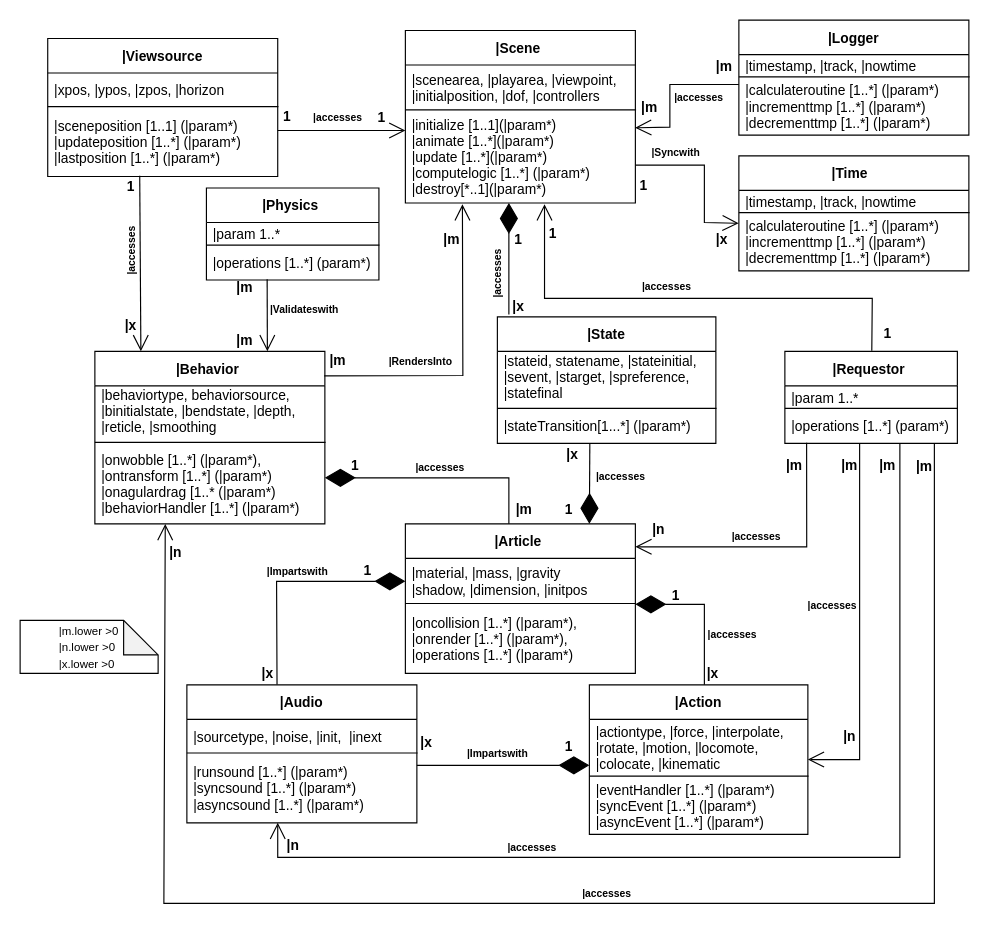
Earlier version of the draw.io diagram final.drawio (sai11101989/vrsemantics). Source tidied: cells renumbered, new cells numbered last; positions are measured from the earlier drawing's top-left corner, leaving out a move shared by most shapes. Both pictures are drawn from the tidied source at 115%, with x=0, y=0 at pixel (20, 20).
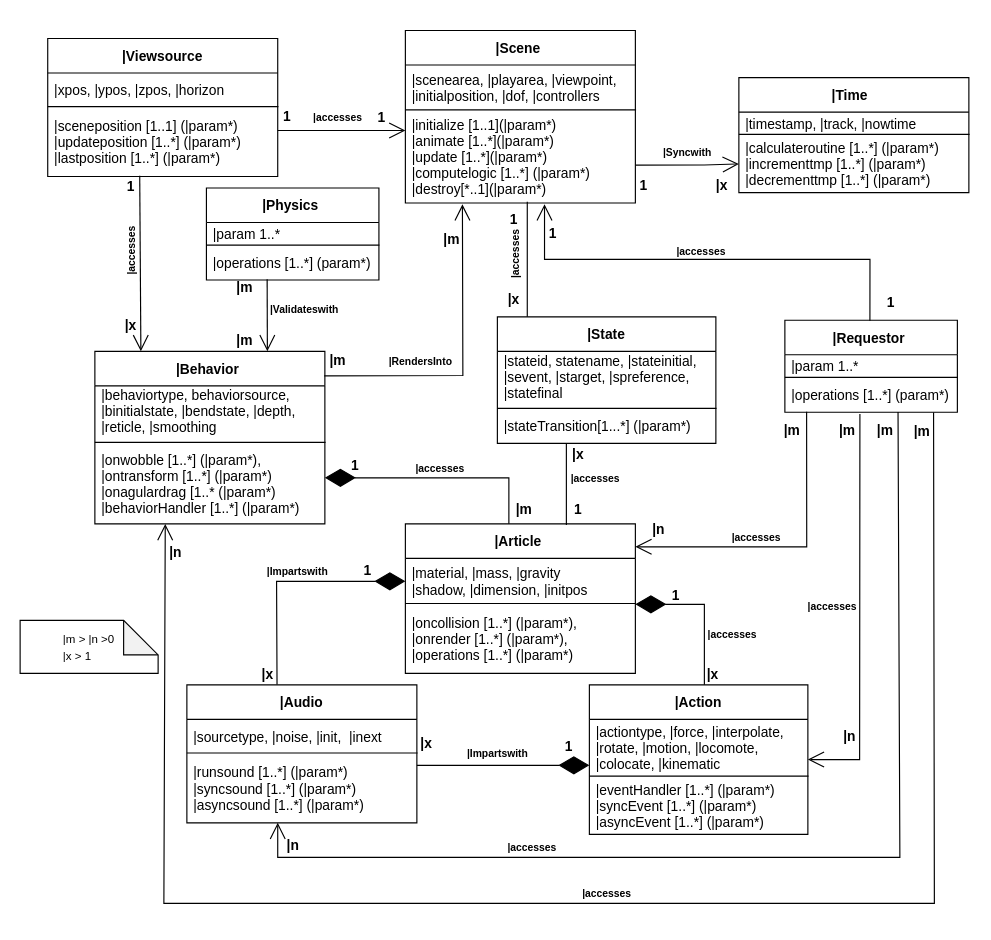
The same page after the edit.

The change refers to these unchanged cells:
```xml
<mxCell id="4" value="|initialize [1..1](|param*)&#10;|animate [1..*](|param*)&#10;|update [1..*](|param*)&#10;|computelogic [1..*] (|param*)&#10;|destroy[*..1](|param*)" style="text;strokeColor=none;fillColor=none;align=left;verticalAlign=middle;spacingLeft=4;spacingRight=4;overflow=hidden;points=[[0,0.5],[1,0.5]];portConstraint=eastwest;" parent="2" vertex="1">
  <mxGeometry y="70" width="200" height="80" as="geometry" />
</mxCell>
<mxCell id="12" value="|calculateroutine [1..*] (|param*)&#10;|incrementtmp [1..*] (|param*)&#10;|decrementtmp [1..*] (|param*)" style="text;strokeColor=none;fillColor=none;align=left;verticalAlign=middle;spacingLeft=4;spacingRight=4;overflow=hidden;points=[[0,0.5],[1,0.5]];portConstraint=eastwest;" parent="10" vertex="1">
  <mxGeometry y="50" width="200" height="50" as="geometry" />
</mxCell>
<mxCell id="22" value="|onwobble [1..*] (|param*),&#10;|ontransform [1..*] (|param*)&#10;|onagulardrag [1..* (|param*)&#10;|behaviorHandler [1..*] (|param*)" style="text;strokeColor=none;fillColor=none;align=left;verticalAlign=middle;spacingLeft=4;spacingRight=4;overflow=hidden;points=[[0,0.5],[1,0.5]];portConstraint=eastwest;" parent="20" vertex="1">
  <mxGeometry y="80" width="200" height="70" as="geometry" />
</mxCell>
<mxCell id="40" value="|operations [1..*] (param*)" style="text;strokeColor=none;fillColor=none;align=left;verticalAlign=middle;spacingLeft=4;spacingRight=4;overflow=hidden;points=[[0,0.5],[1,0.5]];portConstraint=eastwest;" parent="38" vertex="1">
  <mxGeometry y="50" width="150" height="30" as="geometry" />
</mxCell>
<mxCell id="54" value="|Action" style="swimlane;fontStyle=1;horizontal=1;startSize=30;" parent="1" vertex="1">
  <mxGeometry x="495" y="578" width="190" height="130" as="geometry" />
</mxCell>
```

What changed in the source:
```diff
@@
     <mxCell id="10" value="|Time  " style="swimlane;fontStyle=1;horizontal=1;startSize=30;" parent="1" vertex="1">
-      <mxGeometry x="625" y="118" width="200" height="100" as="geometry" />
+      <mxGeometry x="625" y="50" width="200" height="100" as="geometry" />
     </mxCell>
@@
-    <mxCell id="16" style="endArrow=open;endFill=1;endSize=12;html=1;rounded=0;entryX=-0.001;entryY=0.174;entryDx=0;entryDy=0;entryPerimeter=0;exitX=1;exitY=0.588;exitDx=0;exitDy=0;exitPerimeter=0;" parent="1" edge="1" source="4" target="12">
+    <mxCell id="16" style="endArrow=open;endFill=1;endSize=12;html=1;rounded=0;entryX=0;entryY=0.5;entryDx=0;entryDy=0;exitX=1;exitY=0.588;exitDx=0;exitDy=0;exitPerimeter=0;" parent="1" edge="1" source="4" target="12">
       <mxGeometry relative="1" as="geometry">
         <Array as="points">
           <mxPoint x="595" y="126" />
-          <mxPoint x="595" y="176" />
         </Array>
       </mxGeometry>
     </mxCell>
@@
     <mxCell id="18" value="|x" style="text;html=1;align=center;verticalAlign=middle;strokeColor=none;fillColor=none;fontStyle=1;" parent="1" vertex="1">
-      <mxGeometry x="595" y="176" width="30" height="30" as="geometry" />
+      <mxGeometry x="595" y="129" width="30" height="30" as="geometry" />
     </mxCell>
@@
     <mxCell id="38" value="|Requestor " style="swimlane;fontStyle=1;horizontal=1;startSize=30;" parent="1" vertex="1">
-      <mxGeometry x="665" y="288" width="150" height="80" as="geometry" />
+      <mxGeometry x="665" y="261" width="150" height="80" as="geometry" />
     </mxCell>
@@
-    <mxCell id="42" style="endArrow=open;endFill=1;endSize=12;html=1;rounded=0;entryX=0.605;entryY=1.013;entryDx=0;entryDy=0;entryPerimeter=0;exitX=0.053;exitY=0.98;exitDx=0;exitDy=0;exitPerimeter=0;" parent="1" edge="1" source="44" target="4">
+    <mxCell id="42" style="endArrow=open;endFill=1;endSize=12;html=1;rounded=0;entryX=0.605;entryY=1.013;entryDx=0;entryDy=0;entryPerimeter=0;exitX=0.493;exitY=0.004;exitDx=0;exitDy=0;exitPerimeter=0;" parent="1" edge="1" source="38" target="4">
       <mxGeometry relative="1" as="geometry">
         <Array as="points">
-          <mxPoint x="741" y="242" />
-          <mxPoint x="456" y="242" />
+          <mxPoint x="739" y="208" />
+          <mxPoint x="589" y="208" />
+          <mxPoint x="456" y="208" />
         </Array>
       </mxGeometry>
     </mxCell>
     <mxCell id="43" value="&lt;font style=&quot;font-size: 9px;&quot;&gt;|accesses&lt;/font&gt;" style="text;html=1;align=center;verticalAlign=middle;strokeColor=none;fillColor=none;fontStyle=1;" parent="1" vertex="1">
-      <mxGeometry x="527" y="216" width="70" height="30" as="geometry" />
+      <mxGeometry x="557" y="186" width="70" height="30" as="geometry" />
     </mxCell>
     <mxCell id="44" value="1" style="text;html=1;align=center;verticalAlign=middle;points=[];strokeColor=none;fillColor=none;fontStyle=1;" parent="1" vertex="1">
-      <mxGeometry x="739" y="258" width="30" height="30" as="geometry" />
+      <mxGeometry x="742" y="231" width="30" height="30" as="geometry" />
     </mxCell>
@@
     <mxCell id="62" value="&lt;font style=&quot;font-size: 9px;&quot;&gt;|Syncwith&lt;/font&gt;" style="text;html=1;align=center;verticalAlign=middle;strokeColor=none;fillColor=none;fontStyle=1;" parent="1" vertex="1">
-      <mxGeometry x="535" y="100" width="70" height="30" as="geometry" />
+      <mxGeometry x="545" y="100" width="70" height="30" as="geometry" />
     </mxCell>
@@
-    <mxCell id="65" style="endArrow=open;endFill=1;endSize=12;html=1;rounded=0;fontSize=9;entryX=1;entryY=0.5;entryDx=0;entryDy=0;" parent="1" edge="1" target="54">
+    <mxCell id="65" style="endArrow=open;endFill=1;endSize=12;html=1;rounded=0;fontSize=9;entryX=1;entryY=0.5;entryDx=0;entryDy=0;exitX=0.435;exitY=1.048;exitDx=0;exitDy=0;exitPerimeter=0;" parent="1" edge="1" source="40" target="54">
       <mxGeometry relative="1" as="geometry">
-        <mxPoint x="730" y="368" as="sourcePoint" />
         <Array as="points">
           <mxPoint x="730" y="643" />
         </Array>
       </mxGeometry>
     </mxCell>
-    <mxCell id="66" style="endArrow=open;endFill=1;endSize=12;html=1;rounded=0;fontSize=9;" parent="1" edge="1">
+    <mxCell id="66" style="endArrow=open;endFill=1;endSize=12;html=1;rounded=0;fontSize=9;exitX=0.656;exitY=0.99;exitDx=0;exitDy=0;exitPerimeter=0;" parent="1" edge="1" source="40">
       <mxGeometry relative="1" as="geometry">
-        <mxPoint x="765" y="368" as="sourcePoint" />
         <mxPoint x="224" y="698" as="targetPoint" />
         <Array as="points">
           <mxPoint x="765" y="728" />
           <mxPoint x="224" y="728" />
         </Array>
       </mxGeometry>
     </mxCell>
-    <mxCell id="67" style="endArrow=open;endFill=1;endSize=12;html=1;rounded=0;fontSize=9;entryX=0.306;entryY=1.002;entryDx=0;entryDy=0;entryPerimeter=0;" parent="1" edge="1" target="22">
+    <mxCell id="67" style="endArrow=open;endFill=1;endSize=12;html=1;rounded=0;fontSize=9;entryX=0.306;entryY=1.002;entryDx=0;entryDy=0;entryPerimeter=0;exitX=0.862;exitY=1.01;exitDx=0;exitDy=0;exitPerimeter=0;" parent="1" edge="1" source="40" target="22">
       <mxGeometry relative="1" as="geometry">
-        <mxPoint x="795" y="368" as="sourcePoint" />
         <Array as="points">
           <mxPoint x="795" y="768" />
           <mxPoint x="125" y="768" />
         </Array>
       </mxGeometry>
     </mxCell>
@@
     <mxCell id="79" value="|m" style="text;html=1;align=center;verticalAlign=middle;strokeColor=none;fillColor=none;fontStyle=1;" parent="1" vertex="1">
-      <mxGeometry x="653" y="373" width="40" height="30" as="geometry" />
+      <mxGeometry x="651" y="342" width="40" height="30" as="geometry" />
     </mxCell>
     <mxCell id="80" value="|m" style="text;html=1;align=center;verticalAlign=middle;strokeColor=none;fillColor=none;fontStyle=1;" parent="1" vertex="1">
-      <mxGeometry x="701" y="373" width="40" height="30" as="geometry" />
+      <mxGeometry x="699" y="342" width="40" height="30" as="geometry" />
     </mxCell>
     <mxCell id="81" value="|m" style="text;html=1;align=center;verticalAlign=middle;strokeColor=none;fillColor=none;fontStyle=1;" parent="1" vertex="1">
-      <mxGeometry x="734" y="373" width="40" height="30" as="geometry" />
+      <mxGeometry x="732" y="342" width="40" height="30" as="geometry" />
     </mxCell>
     <mxCell id="82" value="|m" style="text;html=1;align=center;verticalAlign=middle;strokeColor=none;fillColor=none;fontStyle=1;" parent="1" vertex="1">
-      <mxGeometry x="766" y="374" width="40" height="30" as="geometry" />
+      <mxGeometry x="764" y="343" width="40" height="30" as="geometry" />
     </mxCell>
@@
-    <mxCell id="89" value="&lt;div style=&quot;text-align: left&quot;&gt;&lt;span style=&quot;font-weight: normal;&quot;&gt;&lt;span style=&quot;background-color: initial; font-size: x-small;&quot;&gt;|m.lower &amp;gt;0&lt;/span&gt;&lt;br&gt;&lt;/span&gt;&lt;/div&gt;&lt;div style=&quot;text-align: left&quot;&gt;&lt;font style=&quot;font-weight: normal;&quot; size=&quot;1&quot;&gt;|n.lower &amp;gt;0&lt;/font&gt;&lt;/div&gt;&lt;div style=&quot;text-align: left&quot;&gt;&lt;font style=&quot;font-weight: normal;&quot; size=&quot;1&quot;&gt;|x.lower &amp;gt;0&lt;/font&gt;&lt;/div&gt;" style="shape=note;whiteSpace=wrap;html=1;backgroundOutline=1;darkOpacity=0.05;fontStyle=1;" parent="1" vertex="1">
+    <mxCell id="89" value="&lt;div style=&quot;text-align: left&quot;&gt;&lt;span style=&quot;background-color: initial; font-size: x-small; font-weight: 400;&quot;&gt;|m&amp;nbsp;&lt;/span&gt;&lt;font style=&quot;background-color: initial; font-weight: normal;&quot; size=&quot;1&quot;&gt;&amp;gt; |n &amp;gt;0&lt;/font&gt;&lt;br&gt;&lt;/div&gt;&lt;div style=&quot;text-align: left&quot;&gt;&lt;font style=&quot;font-weight: normal;&quot; size=&quot;1&quot;&gt;|x &amp;gt; 1&lt;/font&gt;&lt;/div&gt;" style="shape=note;whiteSpace=wrap;html=1;backgroundOutline=1;darkOpacity=0.05;fontStyle=1;" parent="1" vertex="1">
       <mxGeometry y="522" width="120" height="46" as="geometry" />
     </mxCell>
@@
-    <mxCell id="94" value="|Logger" style="swimlane;fontStyle=1;horizontal=1;startSize=30;" parent="1" vertex="1">
-      <mxGeometry x="625" width="200" height="100" as="geometry" />
-    </mxCell>
-    <mxCell id="95" value="|timestamp, |track, |nowtime" style="text;strokeColor=none;fillColor=none;align=left;verticalAlign=middle;spacingLeft=4;spacingRight=4;overflow=hidden;" parent="94" vertex="1">
-      <mxGeometry y="30" width="200" height="20" as="geometry" />
-    </mxCell>
-    <mxCell id="96" value="|calculateroutine [1..*] (|param*)&#10;|incrementtmp [1..*] (|param*)&#10;|decrementtmp [1..*] (|param*)" style="text;strokeColor=none;fillColor=none;align=left;verticalAlign=middle;spacingLeft=4;spacingRight=4;overflow=hidden;points=[[0,0.5],[1,0.5]];portConstraint=eastwest;" parent="94" vertex="1">
-      <mxGeometry y="50" width="200" height="50" as="geometry" />
-    </mxCell>
-    <mxCell id="97" style="endArrow=none;html=1;rounded=0;exitX=0;exitY=-0.012;exitDx=0;exitDy=0;exitPerimeter=0;entryX=1.003;entryY=-0.012;entryDx=0;entryDy=0;entryPerimeter=0;" parent="94" edge="1" source="96" target="96">
-      <mxGeometry relative="1" as="geometry" />
-    </mxCell>
@@
-    <mxCell id="103" style="endArrow=open;endFill=1;endSize=12;html=1;rounded=0;entryX=0.999;entryY=0.183;entryDx=0;entryDy=0;entryPerimeter=0;" parent="1" edge="1" target="4">
-      <mxGeometry relative="1" as="geometry">
-        <mxPoint x="625" y="56" as="sourcePoint" />
-        <Array as="points">
-          <mxPoint x="565" y="56" />
-          <mxPoint x="565" y="76" />
-          <mxPoint x="565" y="93" />
-        </Array>
-      </mxGeometry>
-    </mxCell>
-    <mxCell id="104" value="|m" style="text;html=1;align=center;verticalAlign=middle;strokeColor=none;fillColor=none;fontStyle=1;" parent="1" vertex="1">
-      <mxGeometry x="527" y="61" width="40" height="30" as="geometry" />
-    </mxCell>
-    <mxCell id="105" value="|m" style="text;html=1;align=center;verticalAlign=middle;strokeColor=none;fillColor=none;fontStyle=1;" parent="1" vertex="1">
-      <mxGeometry x="592" y="26" width="40" height="30" as="geometry" />
-    </mxCell>
-    <mxCell id="106" value="&lt;font style=&quot;font-size: 9px;&quot;&gt;|accesses&lt;/font&gt;" style="text;html=1;align=center;verticalAlign=middle;strokeColor=none;fillColor=none;fontStyle=1;" parent="1" vertex="1">
-      <mxGeometry x="555" y="52" width="70" height="30" as="geometry" />
-    </mxCell>
-    <mxCell id="107" style="endArrow=diamondThin;endFill=1;endSize=24;html=1;rounded=0;fontSize=9;entryX=0.8;entryY=0.008;entryDx=0;entryDy=0;entryPerimeter=0;exitX=0.423;exitY=1.022;exitDx=0;exitDy=0;exitPerimeter=0;" parent="1" edge="1">
-      <mxGeometry relative="1" as="geometry">
-        <mxPoint x="495.4" y="367.7" as="sourcePoint" />
-        <mxPoint x="495" y="438" as="targetPoint" />
-      </mxGeometry>
-    </mxCell>
     <mxCell id="108" value="&lt;font style=&quot;font-size: 9px;&quot;&gt;|accesses&lt;/font&gt;" style="text;html=1;align=center;verticalAlign=middle;strokeColor=none;fillColor=none;fontStyle=1;" parent="1" vertex="1">
-      <mxGeometry x="487" y="381" width="70" height="30" as="geometry" />
+      <mxGeometry x="465" y="383" width="70" height="30" as="geometry" />
     </mxCell>
     <mxCell id="109" value="|x" style="text;html=1;align=center;verticalAlign=middle;strokeColor=none;fillColor=none;fontStyle=1;" parent="1" vertex="1">
-      <mxGeometry x="465" y="363" width="30" height="30" as="geometry" />
+      <mxGeometry x="470" y="363" width="30" height="30" as="geometry" />
     </mxCell>
     <mxCell id="110" value="1" style="text;html=1;align=center;verticalAlign=middle;strokeColor=none;fillColor=none;fontStyle=1;" parent="1" vertex="1">
-      <mxGeometry x="462" y="411" width="30" height="30" as="geometry" />
+      <mxGeometry x="470" y="411" width="30" height="30" as="geometry" />
     </mxCell>
-    <mxCell id="111" style="endArrow=diamondThin;endFill=1;endSize=24;html=1;rounded=0;fontSize=9;entryX=0.49;entryY=1.05;entryDx=0;entryDy=0;entryPerimeter=0;" parent="1" edge="1">
-      <mxGeometry relative="1" as="geometry">
-        <mxPoint x="425" y="256" as="sourcePoint" />
-        <mxPoint x="425" y="159" as="targetPoint" />
-      </mxGeometry>
-    </mxCell>
     <mxCell id="112" value="&lt;font style=&quot;font-size: 9px;&quot;&gt;|accesses&lt;/font&gt;" style="text;html=1;align=center;verticalAlign=middle;strokeColor=none;fillColor=none;fontStyle=1;rotation=-90;" parent="1" vertex="1">
-      <mxGeometry x="380" y="206" width="70" height="30" as="geometry" />
+      <mxGeometry x="395" y="189" width="70" height="30" as="geometry" />
     </mxCell>
     <mxCell id="113" value="|x" style="text;html=1;align=center;verticalAlign=middle;strokeColor=none;fillColor=none;fontStyle=1;" parent="1" vertex="1">
-      <mxGeometry x="418" y="234" width="30" height="30" as="geometry" />
+      <mxGeometry x="414" y="228" width="30" height="30" as="geometry" />
     </mxCell>
     <mxCell id="114" value="1" style="text;html=1;align=center;verticalAlign=middle;strokeColor=none;fillColor=none;fontStyle=1;" parent="1" vertex="1">
-      <mxGeometry x="418" y="176" width="30" height="30" as="geometry" />
+      <mxGeometry x="414" y="159" width="30" height="30" as="geometry" />
     </mxCell>
+    <mxCell id="115" style="endArrow=none;html=1;rounded=0;" parent="1" edge="1">
+      <mxGeometry relative="1" as="geometry">
+        <mxPoint x="441" y="258" as="sourcePoint" />
+        <mxPoint x="441" y="158" as="targetPoint" />
+      </mxGeometry>
+    </mxCell>
+    <mxCell id="116" style="endArrow=none;html=1;rounded=0;" parent="1" edge="1">
+      <mxGeometry relative="1" as="geometry">
+        <mxPoint x="475" y="439" as="sourcePoint" />
+        <mxPoint x="475" y="368" as="targetPoint" />
+      </mxGeometry>
+    </mxCell>
```
